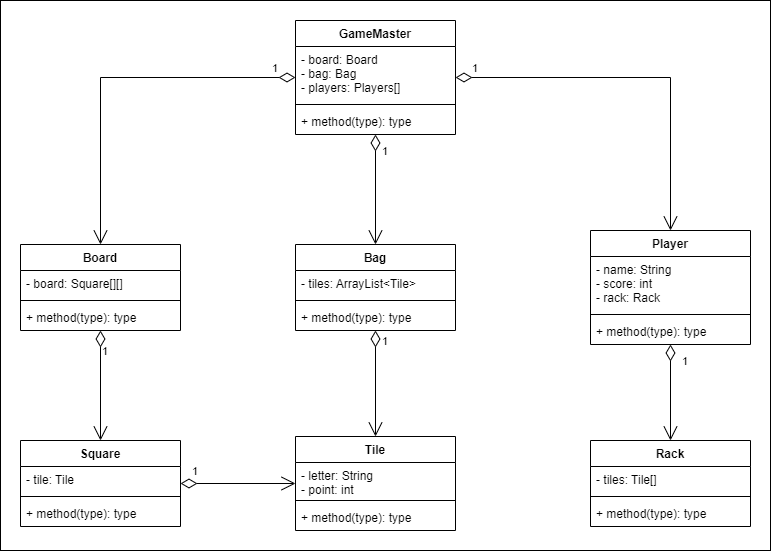
Earlier version of the draw.io export src/ScrabbleUML.png (charles-55/ScrabbleGame). Source tidied: cells renumbered, new cells last; positions are measured from the earlier drawing's top-left corner, leaving out a move shared by most shapes.
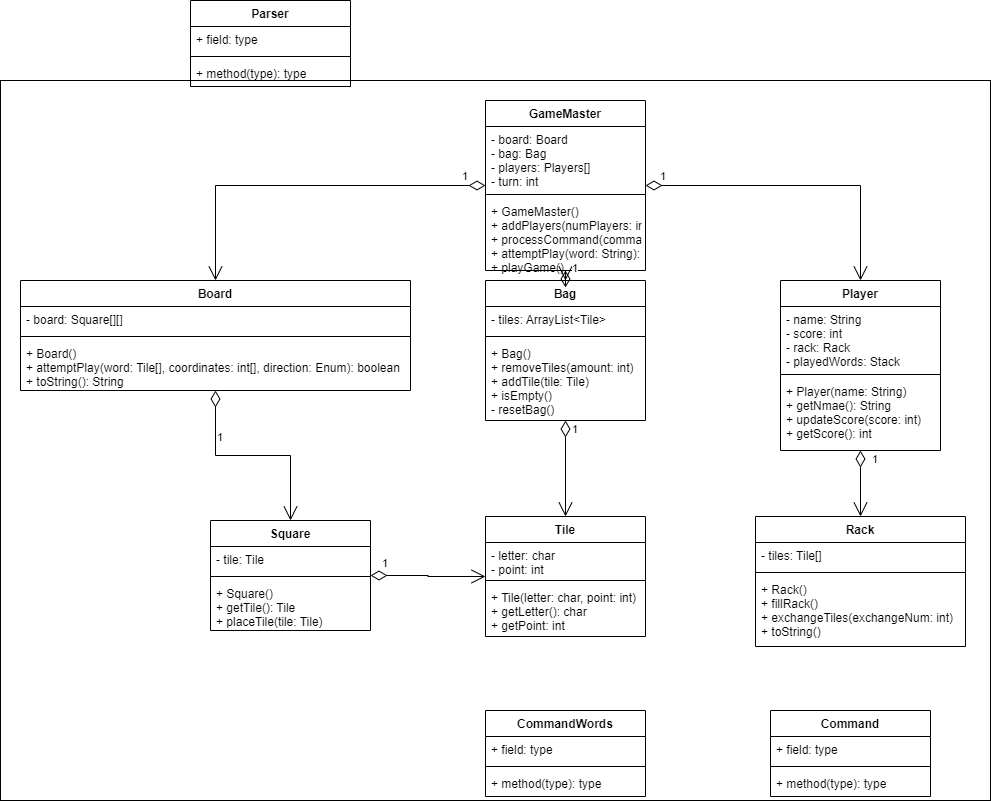
After the commit.

Commit message:
Updated ScrabbleUML, Board, Player, Rack, Tile, README; added Command, CommandWords;

What changed in the source:
```diff
@@ -3,34 +3,34 @@
     <mxCell id="0" />
     <mxCell id="1" parent="0" />
     <mxCell id="2" style="html=1;" parent="1" vertex="1">
-      <mxGeometry width="770" height="550" as="geometry" />
+      <mxGeometry x="-190" width="990" height="720" as="geometry" />
     </mxCell>
     <mxCell id="3" value="GameMaster" style="swimlane;fontStyle=1;align=center;verticalAlign=top;horizontal=1;startSize=26;" parent="1" vertex="1">
-      <mxGeometry x="295" y="20" width="160" height="114" as="geometry" />
+      <mxGeometry x="295" y="20" width="160" height="170" as="geometry" />
     </mxCell>
-    <mxCell id="4" value="- board: Board&#10;- bag: Bag&#10;- players: Players[]" style="text;strokeColor=none;fillColor=none;align=left;verticalAlign=top;spacingLeft=4;spacingRight=4;overflow=hidden;" parent="3" vertex="1">
-      <mxGeometry y="26" width="160" height="54" as="geometry" />
+    <mxCell id="4" value="- board: Board&#10;- bag: Bag&#10;- players: Players[]&#10;- turn: int" style="text;strokeColor=none;fillColor=none;align=left;verticalAlign=top;spacingLeft=4;spacingRight=4;overflow=hidden;" parent="3" vertex="1">
+      <mxGeometry y="26" width="160" height="64" as="geometry" />
     </mxCell>
     <mxCell id="5" style="line;strokeWidth=1;fillColor=none;align=left;verticalAlign=middle;spacingTop=-1;spacingLeft=3;spacingRight=3;labelPosition=right;strokeColor=inherit;" parent="3" vertex="1">
-      <mxGeometry y="80" width="160" height="8" as="geometry" />
+      <mxGeometry y="90" width="160" height="8" as="geometry" />
     </mxCell>
-    <mxCell id="6" value="+ method(type): type" style="text;strokeColor=none;fillColor=none;align=left;verticalAlign=top;spacingLeft=4;spacingRight=4;overflow=hidden;" parent="3" vertex="1">
-      <mxGeometry y="88" width="160" height="26" as="geometry" />
+    <mxCell id="6" value="+ GameMaster()&#10;+ addPlayers(numPlayers: int)&#10;+ processCommand(command: Command): boolean&#10;+ attemptPlay(word: String): boolean&#10;+ playGame()" style="text;strokeColor=none;fillColor=none;align=left;verticalAlign=top;spacingLeft=4;spacingRight=4;overflow=hidden;" parent="3" vertex="1">
+      <mxGeometry y="98" width="160" height="72" as="geometry" />
     </mxCell>
     <mxCell id="7" value="Board" style="swimlane;fontStyle=1;align=center;verticalAlign=top;horizontal=1;startSize=26;" parent="1" vertex="1">
-      <mxGeometry x="20" y="244" width="160" height="86" as="geometry" />
+      <mxGeometry x="-170" y="200" width="390" height="110" as="geometry" />
     </mxCell>
     <mxCell id="8" value="- board: Square[][]" style="text;strokeColor=none;fillColor=none;align=left;verticalAlign=top;spacingLeft=4;spacingRight=4;overflow=hidden;" parent="7" vertex="1">
-      <mxGeometry y="26" width="160" height="26" as="geometry" />
+      <mxGeometry y="26" width="390" height="26" as="geometry" />
     </mxCell>
     <mxCell id="9" style="line;strokeWidth=1;fillColor=none;align=left;verticalAlign=middle;spacingTop=-1;spacingLeft=3;spacingRight=3;labelPosition=right;strokeColor=inherit;" parent="7" vertex="1">
-      <mxGeometry y="52" width="160" height="8" as="geometry" />
+      <mxGeometry y="52" width="390" height="8" as="geometry" />
     </mxCell>
-    <mxCell id="10" value="+ method(type): type" style="text;strokeColor=none;fillColor=none;align=left;verticalAlign=top;spacingLeft=4;spacingRight=4;overflow=hidden;" parent="7" vertex="1">
-      <mxGeometry y="60" width="160" height="26" as="geometry" />
+    <mxCell id="10" value="+ Board()&#10;+ attemptPlay(word: Tile[], coordinates: int[], direction: Enum): boolean&#10;+ toString(): String" style="text;strokeColor=none;fillColor=none;align=left;verticalAlign=top;spacingLeft=4;spacingRight=4;overflow=hidden;" parent="7" vertex="1">
+      <mxGeometry y="60" width="390" height="50" as="geometry" />
     </mxCell>
     <mxCell id="11" value="Bag" style="swimlane;fontStyle=1;align=center;verticalAlign=top;horizontal=1;startSize=26;" parent="1" vertex="1">
-      <mxGeometry x="295" y="244" width="160" height="86" as="geometry" />
+      <mxGeometry x="295" y="200" width="160" height="140" as="geometry" />
     </mxCell>
     <mxCell id="12" value="- tiles: ArrayList&lt;Tile&gt;" style="text;strokeColor=none;fillColor=none;align=left;verticalAlign=top;spacingLeft=4;spacingRight=4;overflow=hidden;" parent="11" vertex="1">
       <mxGeometry y="26" width="160" height="26" as="geometry" />
@@ -38,11 +38,11 @@
     <mxCell id="13" style="line;strokeWidth=1;fillColor=none;align=left;verticalAlign=middle;spacingTop=-1;spacingLeft=3;spacingRight=3;labelPosition=right;strokeColor=inherit;" parent="11" vertex="1">
       <mxGeometry y="52" width="160" height="8" as="geometry" />
     </mxCell>
-    <mxCell id="14" value="+ method(type): type" style="text;strokeColor=none;fillColor=none;align=left;verticalAlign=top;spacingLeft=4;spacingRight=4;overflow=hidden;" parent="11" vertex="1">
-      <mxGeometry y="60" width="160" height="26" as="geometry" />
+    <mxCell id="14" value="+ Bag()&#10;+ removeTiles(amount: int)&#10;+ addTile(tile: Tile)&#10;+ isEmpty()&#10;- resetBag()" style="text;strokeColor=none;fillColor=none;align=left;verticalAlign=top;spacingLeft=4;spacingRight=4;overflow=hidden;" parent="11" vertex="1">
+      <mxGeometry y="60" width="160" height="80" as="geometry" />
     </mxCell>
     <mxCell id="15" value="Square" style="swimlane;fontStyle=1;align=center;verticalAlign=top;horizontal=1;startSize=26;" parent="1" vertex="1">
-      <mxGeometry x="20" y="440" width="160" height="86" as="geometry" />
+      <mxGeometry x="20" y="440" width="160" height="110" as="geometry" />
     </mxCell>
     <mxCell id="16" value="- tile: Tile" style="text;strokeColor=none;fillColor=none;align=left;verticalAlign=top;spacingLeft=4;spacingRight=4;overflow=hidden;" parent="15" vertex="1">
       <mxGeometry y="26" width="160" height="26" as="geometry" />
@@ -50,44 +50,44 @@
     <mxCell id="17" style="line;strokeWidth=1;fillColor=none;align=left;verticalAlign=middle;spacingTop=-1;spacingLeft=3;spacingRight=3;labelPosition=right;strokeColor=inherit;" parent="15" vertex="1">
       <mxGeometry y="52" width="160" height="8" as="geometry" />
     </mxCell>
-    <mxCell id="18" value="+ method(type): type" style="text;strokeColor=none;fillColor=none;align=left;verticalAlign=top;spacingLeft=4;spacingRight=4;overflow=hidden;" parent="15" vertex="1">
-      <mxGeometry y="60" width="160" height="26" as="geometry" />
+    <mxCell id="18" value="+ Square()&#10;+ getTile(): Tile&#10;+ placeTile(tile: Tile)" style="text;strokeColor=none;fillColor=none;align=left;verticalAlign=top;spacingLeft=4;spacingRight=4;overflow=hidden;" parent="15" vertex="1">
+      <mxGeometry y="60" width="160" height="50" as="geometry" />
     </mxCell>
     <mxCell id="19" value="Tile" style="swimlane;fontStyle=1;align=center;verticalAlign=top;horizontal=1;startSize=26;" parent="1" vertex="1">
-      <mxGeometry x="295" y="436" width="160" height="94" as="geometry" />
+      <mxGeometry x="295" y="436" width="160" height="120" as="geometry" />
     </mxCell>
-    <mxCell id="20" value="- letter: String&#10;- point: int" style="text;strokeColor=none;fillColor=none;align=left;verticalAlign=top;spacingLeft=4;spacingRight=4;overflow=hidden;" parent="19" vertex="1">
+    <mxCell id="20" value="- letter: char&#10;- point: int" style="text;strokeColor=none;fillColor=none;align=left;verticalAlign=top;spacingLeft=4;spacingRight=4;overflow=hidden;" parent="19" vertex="1">
       <mxGeometry y="26" width="160" height="34" as="geometry" />
     </mxCell>
     <mxCell id="21" style="line;strokeWidth=1;fillColor=none;align=left;verticalAlign=middle;spacingTop=-1;spacingLeft=3;spacingRight=3;labelPosition=right;strokeColor=inherit;" parent="19" vertex="1">
       <mxGeometry y="60" width="160" height="8" as="geometry" />
     </mxCell>
-    <mxCell id="22" value="+ method(type): type" style="text;strokeColor=none;fillColor=none;align=left;verticalAlign=top;spacingLeft=4;spacingRight=4;overflow=hidden;" parent="19" vertex="1">
-      <mxGeometry y="68" width="160" height="26" as="geometry" />
+    <mxCell id="22" value="+ Tile(letter: char, point: int)&#10;+ getLetter(): char&#10;+ getPoint: int" style="text;strokeColor=none;fillColor=none;align=left;verticalAlign=top;spacingLeft=4;spacingRight=4;overflow=hidden;" parent="19" vertex="1">
+      <mxGeometry y="68" width="160" height="52" as="geometry" />
     </mxCell>
     <mxCell id="23" value="Player" style="swimlane;fontStyle=1;align=center;verticalAlign=top;horizontal=1;startSize=26;" parent="1" vertex="1">
-      <mxGeometry x="590" y="230" width="160" height="114" as="geometry" />
+      <mxGeometry x="590" y="200" width="160" height="170" as="geometry" />
     </mxCell>
-    <mxCell id="24" value="- name: String&#10;- score: int&#10;- rack: Rack" style="text;strokeColor=none;fillColor=none;align=left;verticalAlign=top;spacingLeft=4;spacingRight=4;overflow=hidden;" parent="23" vertex="1">
-      <mxGeometry y="26" width="160" height="54" as="geometry" />
+    <mxCell id="24" value="- name: String&#10;- score: int&#10;- rack: Rack&#10;- playedWords: Stack" style="text;strokeColor=none;fillColor=none;align=left;verticalAlign=top;spacingLeft=4;spacingRight=4;overflow=hidden;" parent="23" vertex="1">
+      <mxGeometry y="26" width="160" height="64" as="geometry" />
     </mxCell>
     <mxCell id="25" style="line;strokeWidth=1;fillColor=none;align=left;verticalAlign=middle;spacingTop=-1;spacingLeft=3;spacingRight=3;labelPosition=right;strokeColor=inherit;" parent="23" vertex="1">
-      <mxGeometry y="80" width="160" height="8" as="geometry" />
+      <mxGeometry y="90" width="160" height="8" as="geometry" />
     </mxCell>
-    <mxCell id="26" value="+ method(type): type" style="text;strokeColor=none;fillColor=none;align=left;verticalAlign=top;spacingLeft=4;spacingRight=4;overflow=hidden;" parent="23" vertex="1">
-      <mxGeometry y="88" width="160" height="26" as="geometry" />
+    <mxCell id="26" value="+ Player(name: String)&#10;+ getNmae(): String&#10;+ updateScore(score: int)&#10;+ getScore(): int" style="text;strokeColor=none;fillColor=none;align=left;verticalAlign=top;spacingLeft=4;spacingRight=4;overflow=hidden;" parent="23" vertex="1">
+      <mxGeometry y="98" width="160" height="72" as="geometry" />
     </mxCell>
     <mxCell id="27" value="Rack" style="swimlane;fontStyle=1;align=center;verticalAlign=top;horizontal=1;startSize=26;" parent="1" vertex="1">
-      <mxGeometry x="590" y="440" width="160" height="86" as="geometry" />
+      <mxGeometry x="565" y="436" width="210" height="130" as="geometry" />
     </mxCell>
     <mxCell id="28" value="- tiles: Tile[]" style="text;strokeColor=none;fillColor=none;align=left;verticalAlign=top;spacingLeft=4;spacingRight=4;overflow=hidden;" parent="27" vertex="1">
-      <mxGeometry y="26" width="160" height="26" as="geometry" />
+      <mxGeometry y="26" width="210" height="26" as="geometry" />
     </mxCell>
     <mxCell id="29" style="line;strokeWidth=1;fillColor=none;align=left;verticalAlign=middle;spacingTop=-1;spacingLeft=3;spacingRight=3;labelPosition=right;strokeColor=inherit;" parent="27" vertex="1">
-      <mxGeometry y="52" width="160" height="8" as="geometry" />
+      <mxGeometry y="52" width="210" height="8" as="geometry" />
     </mxCell>
-    <mxCell id="30" value="+ method(type): type" style="text;strokeColor=none;fillColor=none;align=left;verticalAlign=top;spacingLeft=4;spacingRight=4;overflow=hidden;" parent="27" vertex="1">
-      <mxGeometry y="60" width="160" height="26" as="geometry" />
+    <mxCell id="30" value="+ Rack()&#10;+ fillRack()&#10;+ exchangeTiles(exchangeNum: int)&#10;+ toString()" style="text;strokeColor=none;fillColor=none;align=left;verticalAlign=top;spacingLeft=4;spacingRight=4;overflow=hidden;" parent="27" vertex="1">
+      <mxGeometry y="60" width="210" height="70" as="geometry" />
     </mxCell>
     <mxCell id="31" value="1" style="endArrow=open;html=1;endSize=12;startArrow=diamondThin;startSize=14;startFill=0;edgeStyle=orthogonalEdgeStyle;align=left;verticalAlign=bottom;rounded=0;" parent="1" edge="1" source="3" target="7">
       <mxGeometry x="-0.86" relative="1" as="geometry" />
@@ -110,5 +110,41 @@
     <mxCell id="37" value="1" style="endArrow=open;html=1;endSize=12;startArrow=diamondThin;startSize=14;startFill=0;edgeStyle=orthogonalEdgeStyle;align=left;verticalAlign=bottom;rounded=0;" parent="1" edge="1" source="15" target="19">
       <mxGeometry x="-0.83" y="3" relative="1" as="geometry" />
     </mxCell>
+    <mxCell id="38" value="Parser" style="swimlane;fontStyle=1;align=center;verticalAlign=top;horizontal=1;startSize=26;" parent="1" vertex="1">
+      <mxGeometry y="-80" width="160" height="86" as="geometry" />
+    </mxCell>
+    <mxCell id="39" value="+ field: type" style="text;strokeColor=none;fillColor=none;align=left;verticalAlign=top;spacingLeft=4;spacingRight=4;overflow=hidden;" parent="38" vertex="1">
+      <mxGeometry y="26" width="160" height="26" as="geometry" />
+    </mxCell>
+    <mxCell id="40" style="line;strokeWidth=1;fillColor=none;align=left;verticalAlign=middle;spacingTop=-1;spacingLeft=3;spacingRight=3;labelPosition=right;strokeColor=inherit;" parent="38" vertex="1">
+      <mxGeometry y="52" width="160" height="8" as="geometry" />
+    </mxCell>
+    <mxCell id="41" value="+ method(type): type" style="text;strokeColor=none;fillColor=none;align=left;verticalAlign=top;spacingLeft=4;spacingRight=4;overflow=hidden;" parent="38" vertex="1">
+      <mxGeometry y="60" width="160" height="26" as="geometry" />
+    </mxCell>
+    <mxCell id="42" value="CommandWords" style="swimlane;fontStyle=1;align=center;verticalAlign=top;horizontal=1;startSize=26;" parent="1" vertex="1">
+      <mxGeometry x="295" y="630" width="160" height="86" as="geometry" />
+    </mxCell>
+    <mxCell id="43" value="+ field: type" style="text;strokeColor=none;fillColor=none;align=left;verticalAlign=top;spacingLeft=4;spacingRight=4;overflow=hidden;" parent="42" vertex="1">
+      <mxGeometry y="26" width="160" height="26" as="geometry" />
+    </mxCell>
+    <mxCell id="44" style="line;strokeWidth=1;fillColor=none;align=left;verticalAlign=middle;spacingTop=-1;spacingLeft=3;spacingRight=3;labelPosition=right;strokeColor=inherit;" parent="42" vertex="1">
+      <mxGeometry y="52" width="160" height="8" as="geometry" />
+    </mxCell>
+    <mxCell id="45" value="+ method(type): type" style="text;strokeColor=none;fillColor=none;align=left;verticalAlign=top;spacingLeft=4;spacingRight=4;overflow=hidden;" parent="42" vertex="1">
+      <mxGeometry y="60" width="160" height="26" as="geometry" />
+    </mxCell>
+    <mxCell id="46" value="Command" style="swimlane;fontStyle=1;align=center;verticalAlign=top;horizontal=1;startSize=26;" parent="1" vertex="1">
+      <mxGeometry x="580" y="630" width="160" height="86" as="geometry" />
+    </mxCell>
+    <mxCell id="47" value="+ field: type" style="text;strokeColor=none;fillColor=none;align=left;verticalAlign=top;spacingLeft=4;spacingRight=4;overflow=hidden;" parent="46" vertex="1">
+      <mxGeometry y="26" width="160" height="26" as="geometry" />
+    </mxCell>
+    <mxCell id="48" style="line;strokeWidth=1;fillColor=none;align=left;verticalAlign=middle;spacingTop=-1;spacingLeft=3;spacingRight=3;labelPosition=right;strokeColor=inherit;" parent="46" vertex="1">
+      <mxGeometry y="52" width="160" height="8" as="geometry" />
+    </mxCell>
+    <mxCell id="49" value="+ method(type): type" style="text;strokeColor=none;fillColor=none;align=left;verticalAlign=top;spacingLeft=4;spacingRight=4;overflow=hidden;" parent="46" vertex="1">
+      <mxGeometry y="60" width="160" height="26" as="geometry" />
+    </mxCell>
   </root>
 </mxGraphModel>
```
